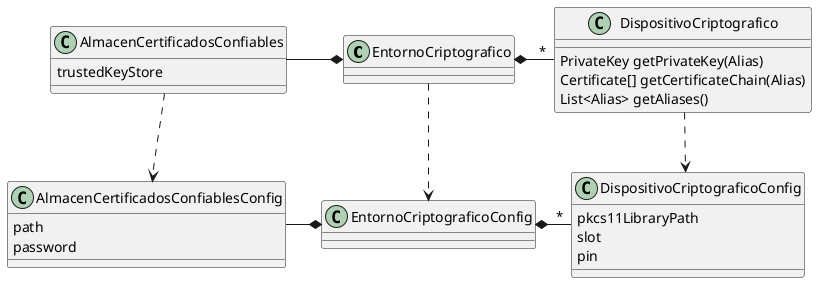
Earlier version of the PlantUML export src/main/java/com/educaflow/common/criptografia/criptografia.png (educaflow/pruebasLorenzo). The source it was exported from:
```plantuml
@startuml
EntornoCriptografico ..> EntornoCriptograficoConfig
DispositivoCriptografico ..> DispositivoCriptograficoConfig
AlmacenCertificadosConfiables ..> AlmacenCertificadosConfiablesConfig

EntornoCriptografico *-left-  AlmacenCertificadosConfiables
EntornoCriptografico *-right- "*" DispositivoCriptografico

EntornoCriptograficoConfig *-left-  AlmacenCertificadosConfiablesConfig
EntornoCriptograficoConfig *-right- "*" DispositivoCriptograficoConfig




class AlmacenCertificadosConfiables {
    trustedKeyStore
}

class DispositivoCriptografico {
    PrivateKey getPrivateKey(Alias)
    Certificate[] getCertificateChain(Alias)
    List<Alias> getAliases()
}

class DispositivoCriptograficoConfig {
    pkcs11LibraryPath
    slot
    pin
}

class AlmacenCertificadosConfiablesConfig {
    path
    password
}


@enduml
```
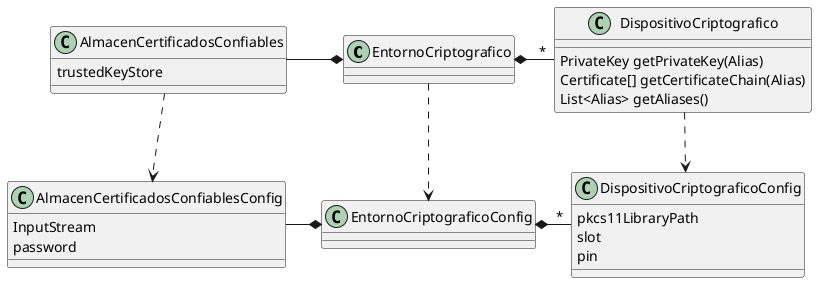
The same file after the commit.

Commit message:
Hacer que los KeyStores se definan por InputStream en vez de por Path para que puedan cargarse desde en propio jar/war

What changed in the source:
```diff
@@ -29,7 +29,7 @@
 }
 
 class AlmacenCertificadosConfiablesConfig {
-    path
+    InputStream
     password
 }
 
```
